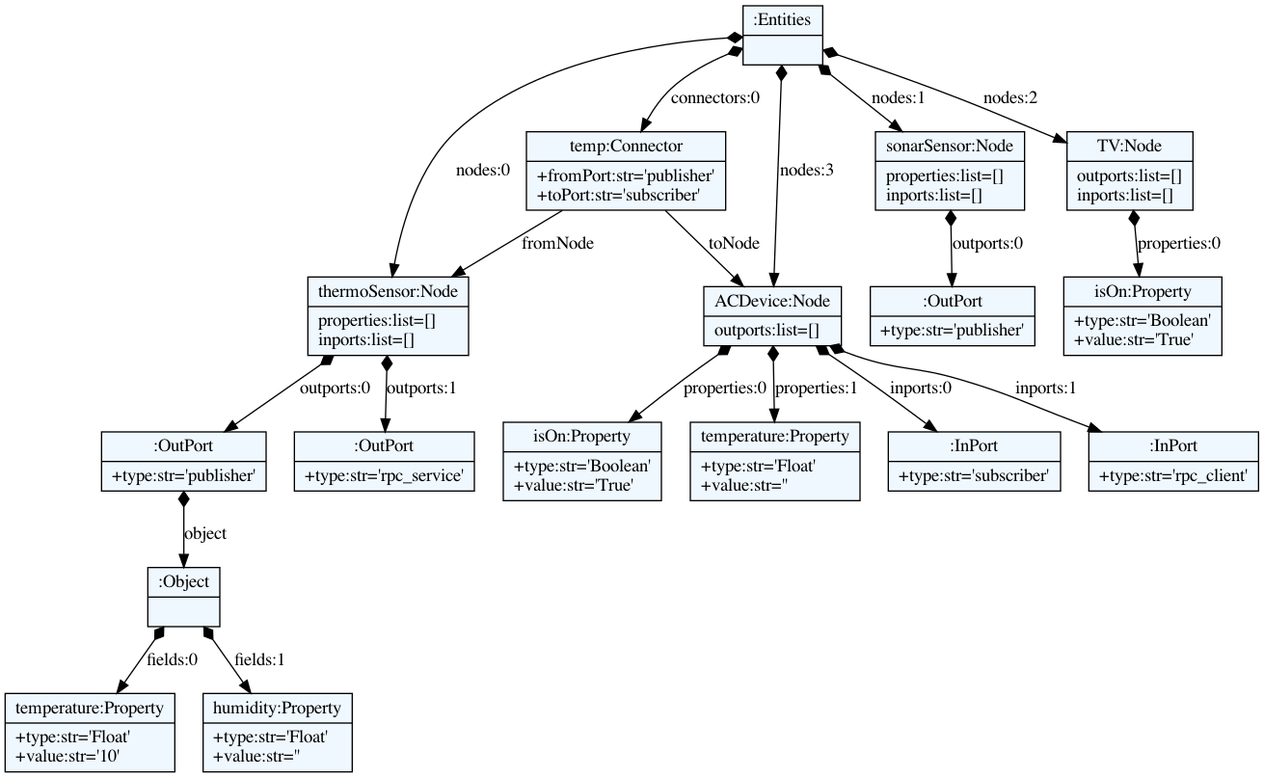
This is nodem/models/nodes.dot.png from xanthoko/meco, a Graphviz export, as it was before one commit. Its source is kept beside it as nodem/models/nodes.dot.
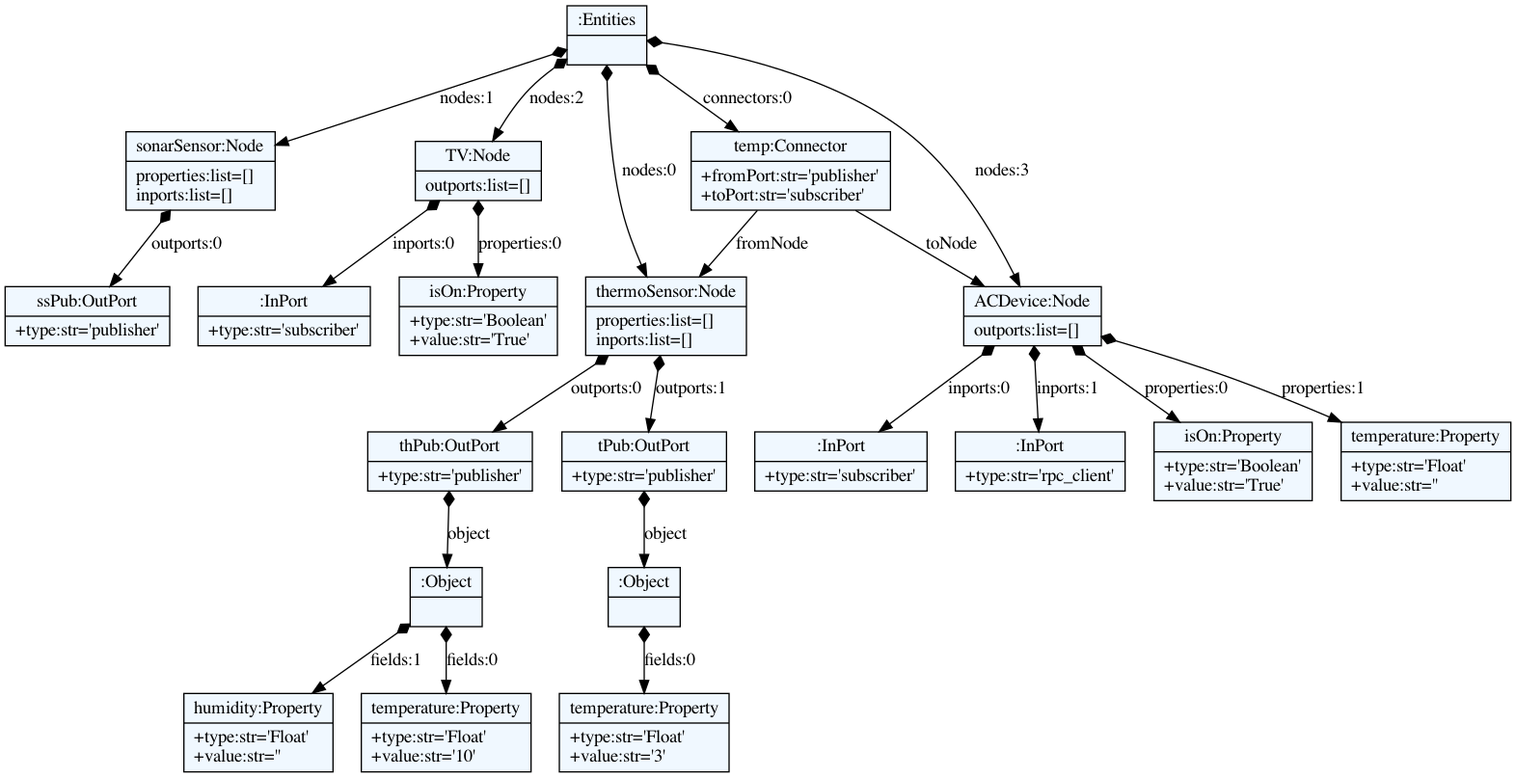
The same diagram one commit later.

The edit, as a diff of the source:
```diff
@@ -10,40 +10,46 @@
     edge[dir=black,arrowtail=empty]
 
 
-4450671632 -> 4450670672 [label="nodes:0" arrowtail=diamond dir=both]
-4450670672 -> 4451188256 [label="outports:0" arrowtail=diamond dir=both]
-4451188256 -> 4451187152 [label="object" arrowtail=diamond dir=both]
-4451187152 -> 4451186048 [label="fields:0" arrowtail=diamond dir=both]
-4451186048[label="{temperature:Property|+type:str='Float'\l+value:str='10'\l}"]
-4451187152 -> 4451186000 [label="fields:1" arrowtail=diamond dir=both]
-4451186000[label="{humidity:Property|+type:str='Float'\l+value:str=''\l}"]
-4451187152[label="{:Object|}"]
-4451188256[label="{:OutPort|+type:str='publisher'\l}"]
-4450670672 -> 4451187488 [label="outports:1" arrowtail=diamond dir=both]
-4451187488[label="{:OutPort|+type:str='rpc_service'\l}"]
-4450670672[label="{thermoSensor:Node|properties:list=[]\linports:list=[]\l}"]
-4450671632 -> 4450672208 [label="nodes:1" arrowtail=diamond dir=both]
-4450672208 -> 4451187584 [label="outports:0" arrowtail=diamond dir=both]
-4451187584[label="{:OutPort|+type:str='publisher'\l}"]
-4450672208[label="{sonarSensor:Node|properties:list=[]\linports:list=[]\l}"]
-4450671632 -> 4451184896 [label="nodes:2" arrowtail=diamond dir=both]
-4451184896 -> 4451187392 [label="properties:0" arrowtail=diamond dir=both]
-4451187392[label="{isOn:Property|+type:str='Boolean'\l+value:str='True'\l}"]
-4451184896[label="{TV:Node|outports:list=[]\linports:list=[]\l}"]
-4450671632 -> 4451187344 [label="nodes:3" arrowtail=diamond dir=both]
-4451187344 -> 4451187728 [label="properties:0" arrowtail=diamond dir=both]
-4451187728[label="{isOn:Property|+type:str='Boolean'\l+value:str='True'\l}"]
-4451187344 -> 4451188160 [label="properties:1" arrowtail=diamond dir=both]
-4451188160[label="{temperature:Property|+type:str='Float'\l+value:str=''\l}"]
-4451187344 -> 4451188496 [label="inports:0" arrowtail=diamond dir=both]
-4451188496[label="{:InPort|+type:str='subscriber'\l}"]
-4451187344 -> 4451186624 [label="inports:1" arrowtail=diamond dir=both]
-4451186624[label="{:InPort|+type:str='rpc_client'\l}"]
-4451187344[label="{ACDevice:Node|outports:list=[]\l}"]
-4450671632 -> 4451186960 [label="connectors:0" arrowtail=diamond dir=both]
-4451186960 -> 4450670672 [label="fromNode" ]
-4451186960 -> 4451187344 [label="toNode" ]
-4451186960[label="{temp:Connector|+fromPort:str='publisher'\l+toPort:str='subscriber'\l}"]
-4450671632[label="{:Entities|}"]
+4368901840 -> 4368902752 [label="nodes:0" arrowtail=diamond dir=both]
+4368902752 -> 4368903520 [label="outports:0" arrowtail=diamond dir=both]
+4368903520 -> 4368902656 [label="object" arrowtail=diamond dir=both]
+4368902656 -> 4368902320 [label="fields:0" arrowtail=diamond dir=both]
+4368902320[label="{temperature:Property|+type:str='Float'\l+value:str='10'\l}"]
+4368902656 -> 4368902368 [label="fields:1" arrowtail=diamond dir=both]
+4368902368[label="{humidity:Property|+type:str='Float'\l+value:str=''\l}"]
+4368902656[label="{:Object|}"]
+4368903520[label="{thPub:OutPort|+type:str='publisher'\l}"]
+4368902752 -> 4368903952 [label="outports:1" arrowtail=diamond dir=both]
+4368903952 -> 4368901744 [label="object" arrowtail=diamond dir=both]
+4368901744 -> 4368900592 [label="fields:0" arrowtail=diamond dir=both]
+4368900592[label="{temperature:Property|+type:str='Float'\l+value:str='3'\l}"]
+4368901744[label="{:Object|}"]
+4368903952[label="{tPub:OutPort|+type:str='publisher'\l}"]
+4368902752[label="{thermoSensor:Node|properties:list=[]\linports:list=[]\l}"]
+4368901840 -> 4368901408 [label="nodes:1" arrowtail=diamond dir=both]
+4368901408 -> 4368902416 [label="outports:0" arrowtail=diamond dir=both]
+4368902416[label="{ssPub:OutPort|+type:str='publisher'\l}"]
+4368901408[label="{sonarSensor:Node|properties:list=[]\linports:list=[]\l}"]
+4368901840 -> 4368903184 [label="nodes:2" arrowtail=diamond dir=both]
+4368903184 -> 4368900256 [label="properties:0" arrowtail=diamond dir=both]
+4368900256[label="{isOn:Property|+type:str='Boolean'\l+value:str='True'\l}"]
+4368903184 -> 4368901120 [label="inports:0" arrowtail=diamond dir=both]
+4368901120[label="{:InPort|+type:str='subscriber'\l}"]
+4368903184[label="{TV:Node|outports:list=[]\l}"]
+4368901840 -> 4368903904 [label="nodes:3" arrowtail=diamond dir=both]
+4368903904 -> 4368904096 [label="properties:0" arrowtail=diamond dir=both]
+4368904096[label="{isOn:Property|+type:str='Boolean'\l+value:str='True'\l}"]
+4368903904 -> 4368903760 [label="properties:1" arrowtail=diamond dir=both]
+4368903760[label="{temperature:Property|+type:str='Float'\l+value:str=''\l}"]
+4368903904 -> 4368903328 [label="inports:0" arrowtail=diamond dir=both]
+4368903328[label="{:InPort|+type:str='subscriber'\l}"]
+4368903904 -> 4368901648 [label="inports:1" arrowtail=diamond dir=both]
+4368901648[label="{:InPort|+type:str='rpc_client'\l}"]
+4368903904[label="{ACDevice:Node|outports:list=[]\l}"]
+4368901840 -> 4368900208 [label="connectors:0" arrowtail=diamond dir=both]
+4368900208 -> 4368902752 [label="fromNode" ]
+4368900208 -> 4368903904 [label="toNode" ]
+4368900208[label="{temp:Connector|+fromPort:str='publisher'\l+toPort:str='subscriber'\l}"]
+4368901840[label="{:Entities|}"]
 
 }
```
